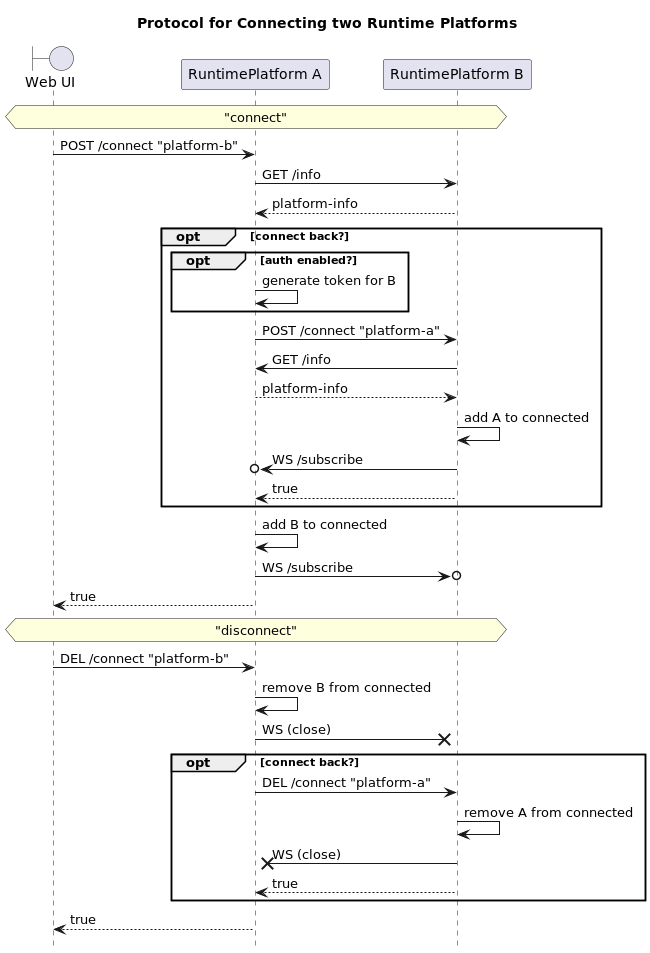
This is doc/img/connect-platform.png from GT-ARC/opaca-core, a PlantUML export, as it was before one commit.
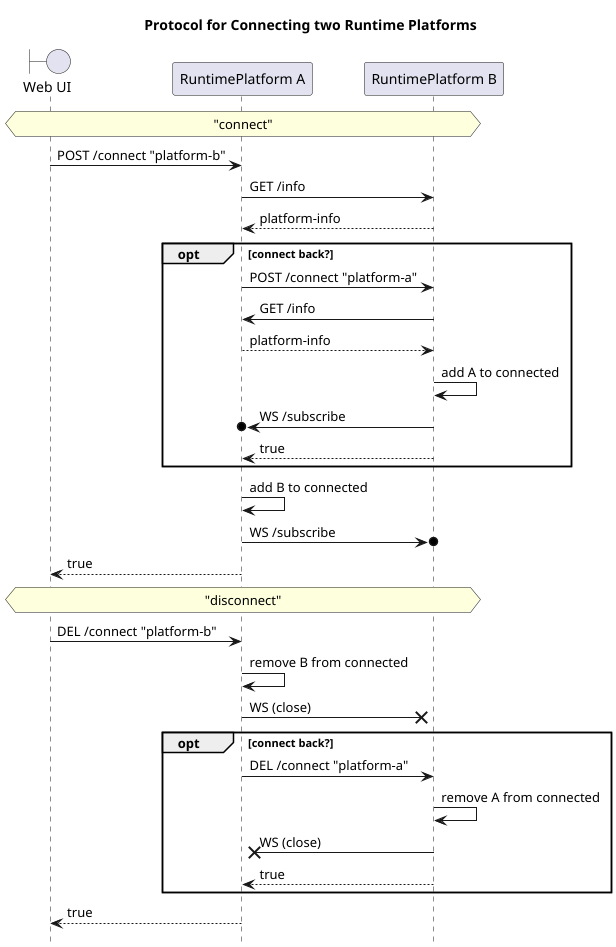
After the change.

Diff of the diagram source:
```diff
@@ -14,9 +14,6 @@
 A <-- B: platform-info
 
 group opt [connect back?]
-    group opt [auth enabled?]
-        A -> A: generate token for B
-    end
     A -> B: POST /connect "platform-a"
     A <- B: GET /info
     A --> B: platform-info
```
